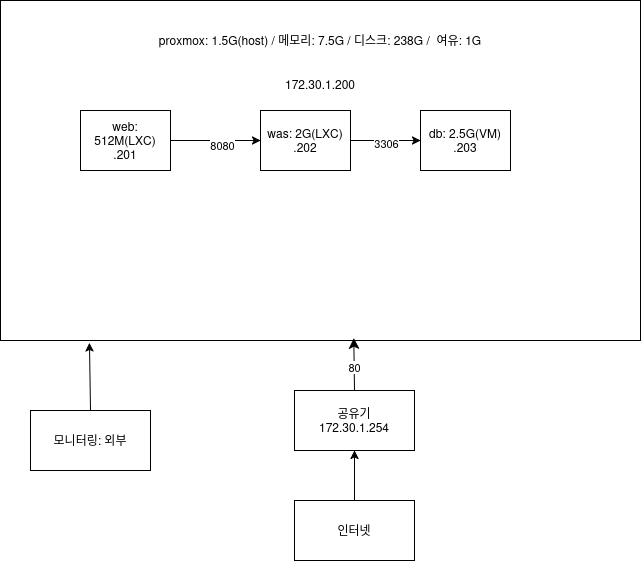
leeyung00/infra keeps this draw.io diagram as docs/images/host.png. Above is the earlier version. Source tidied: cells renumbered, new cells last; positions are measured from the earlier drawing's top-left corner, leaving out a move shared by most shapes.
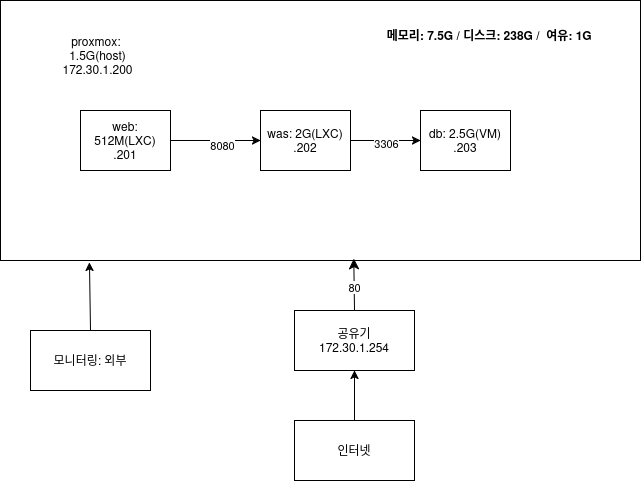
The same diagram one commit later.

The edit, as a diff of the source:
```diff
@@ -3,16 +3,16 @@
     <mxCell id="0" />
     <mxCell id="1" parent="0" />
     <mxCell id="2" value="&lt;div&gt;공유기&lt;/div&gt;172.30.1.254" style="rounded=0;whiteSpace=wrap;html=1;" parent="1" vertex="1">
-      <mxGeometry x="294" y="390" width="120" height="60" as="geometry" />
+      <mxGeometry x="294" y="310" width="120" height="60" as="geometry" />
     </mxCell>
     <mxCell id="3" value="&lt;div&gt;인터넷&lt;/div&gt;" style="rounded=0;whiteSpace=wrap;html=1;" parent="1" vertex="1">
-      <mxGeometry x="294" y="500" width="120" height="60" as="geometry" />
+      <mxGeometry x="294" y="420" width="120" height="60" as="geometry" />
     </mxCell>
     <mxCell id="4" style="endArrow=classic;html=1;rounded=0;exitX=0.5;exitY=0;exitDx=0;exitDy=0;entryX=0.5;entryY=1;entryDx=0;entryDy=0;" parent="1" edge="1" source="3" target="2">
       <mxGeometry relative="1" as="geometry" />
     </mxCell>
-    <mxCell id="5" value="&lt;div&gt;&lt;span style=&quot;background-color: transparent; color: light-dark(rgb(0, 0, 0), rgb(255, 255, 255));&quot;&gt;proxmox: 1.5G(host)&lt;/span&gt;&amp;nbsp;/&amp;nbsp;&lt;span style=&quot;background-color: transparent; color: light-dark(rgb(0, 0, 0), rgb(255, 255, 255));&quot;&gt;메모리: 7.5G /&amp;nbsp;&lt;/span&gt;&lt;span style=&quot;background-color: transparent; color: light-dark(rgb(0, 0, 0), rgb(255, 255, 255));&quot;&gt;디스크: 238G /&amp;nbsp; 여유: 1G&lt;/span&gt;&lt;div&gt;&lt;br&gt;&lt;/div&gt;&lt;div&gt;&lt;br&gt;&lt;/div&gt;&lt;div&gt;172.30.1.200&lt;/div&gt;&lt;/div&gt;&lt;div&gt;&lt;br&gt;&lt;/div&gt;&lt;div&gt;&lt;br&gt;&lt;/div&gt;&lt;div&gt;&lt;br&gt;&lt;/div&gt;&lt;div&gt;&lt;br&gt;&lt;/div&gt;&lt;div&gt;&lt;br&gt;&lt;/div&gt;&lt;div&gt;&lt;br&gt;&lt;/div&gt;&lt;div&gt;&lt;br&gt;&lt;/div&gt;&lt;div&gt;&lt;br&gt;&lt;/div&gt;&lt;div&gt;&lt;br&gt;&lt;/div&gt;&lt;div&gt;&lt;br&gt;&lt;/div&gt;&lt;div&gt;&lt;br&gt;&lt;/div&gt;&lt;div&gt;&lt;br&gt;&lt;/div&gt;&lt;div&gt;&lt;br&gt;&lt;/div&gt;&lt;div&gt;&lt;br&gt;&lt;/div&gt;&lt;div&gt;&lt;br&gt;&lt;/div&gt;" style="rounded=0;whiteSpace=wrap;html=1;" parent="1" vertex="1">
-      <mxGeometry width="640" height="340" as="geometry" />
+    <mxCell id="5" style="rounded=0;whiteSpace=wrap;html=1;" parent="1" vertex="1">
+      <mxGeometry width="640" height="260" as="geometry" />
     </mxCell>
     <mxCell id="6" value="web: 512M(LXC)&lt;div&gt;.201&lt;/div&gt;" style="rounded=0;whiteSpace=wrap;html=1;" parent="1" vertex="1">
       <mxGeometry x="80" y="110" width="90" height="60" as="geometry" />
@@ -24,7 +24,7 @@
       <mxGeometry x="420" y="110" width="90" height="60" as="geometry" />
     </mxCell>
     <mxCell id="9" value="모니터링: 외부" style="rounded=0;whiteSpace=wrap;html=1;" parent="1" vertex="1">
-      <mxGeometry x="30" y="410" width="120" height="60" as="geometry" />
+      <mxGeometry x="30" y="330" width="120" height="60" as="geometry" />
     </mxCell>
     <mxCell id="10" style="endArrow=classic;html=1;rounded=0;exitX=0.5;exitY=0;exitDx=0;exitDy=0;entryX=0.552;entryY=0.993;entryDx=0;entryDy=0;entryPerimeter=0;startSize=7;endSize=8;fontSize=12;" parent="1" edge="1" source="2" target="5">
       <mxGeometry relative="1" as="geometry" />
@@ -50,5 +50,11 @@
     <mxCell id="17" style="endArrow=classic;html=1;rounded=0;exitX=0.5;exitY=0;exitDx=0;exitDy=0;entryX=0.139;entryY=1.007;entryDx=0;entryDy=0;entryPerimeter=0;" parent="1" edge="1" source="9" target="5">
       <mxGeometry relative="1" as="geometry" />
     </mxCell>
+    <mxCell id="18" value="&lt;div&gt;&lt;span style=&quot;background-color: transparent; color: light-dark(rgb(0, 0, 0), rgb(255, 255, 255));&quot;&gt;proxmox:&amp;nbsp;&lt;/span&gt;&lt;/div&gt;&lt;div&gt;&lt;span style=&quot;background-color: transparent; color: light-dark(rgb(0, 0, 0), rgb(255, 255, 255));&quot;&gt;1.5G(host)&lt;/span&gt;&lt;/div&gt;172.30.1.200" style="text;html=1;whiteSpace=wrap;strokeColor=none;fillColor=none;align=center;verticalAlign=middle;rounded=0;" parent="1" vertex="1">
+      <mxGeometry x="30" y="20" width="135" height="70" as="geometry" />
+    </mxCell>
+    <mxCell id="19" value="&lt;b&gt;&amp;nbsp;&lt;span style=&quot;background-color: transparent; color: light-dark(rgb(0, 0, 0), rgb(255, 255, 255));&quot;&gt;메모리: 7.5G /&amp;nbsp;&lt;/span&gt;&lt;span style=&quot;background-color: transparent; color: light-dark(rgb(0, 0, 0), rgb(255, 255, 255));&quot;&gt;디스크: 238G /&amp;nbsp; 여유: 1G&lt;/span&gt;&lt;/b&gt;" style="text;html=1;whiteSpace=wrap;strokeColor=none;fillColor=none;align=center;verticalAlign=middle;rounded=0;" parent="1" vertex="1">
+      <mxGeometry x="335" width="305" height="70" as="geometry" />
+    </mxCell>
   </root>
 </mxGraphModel>
```
